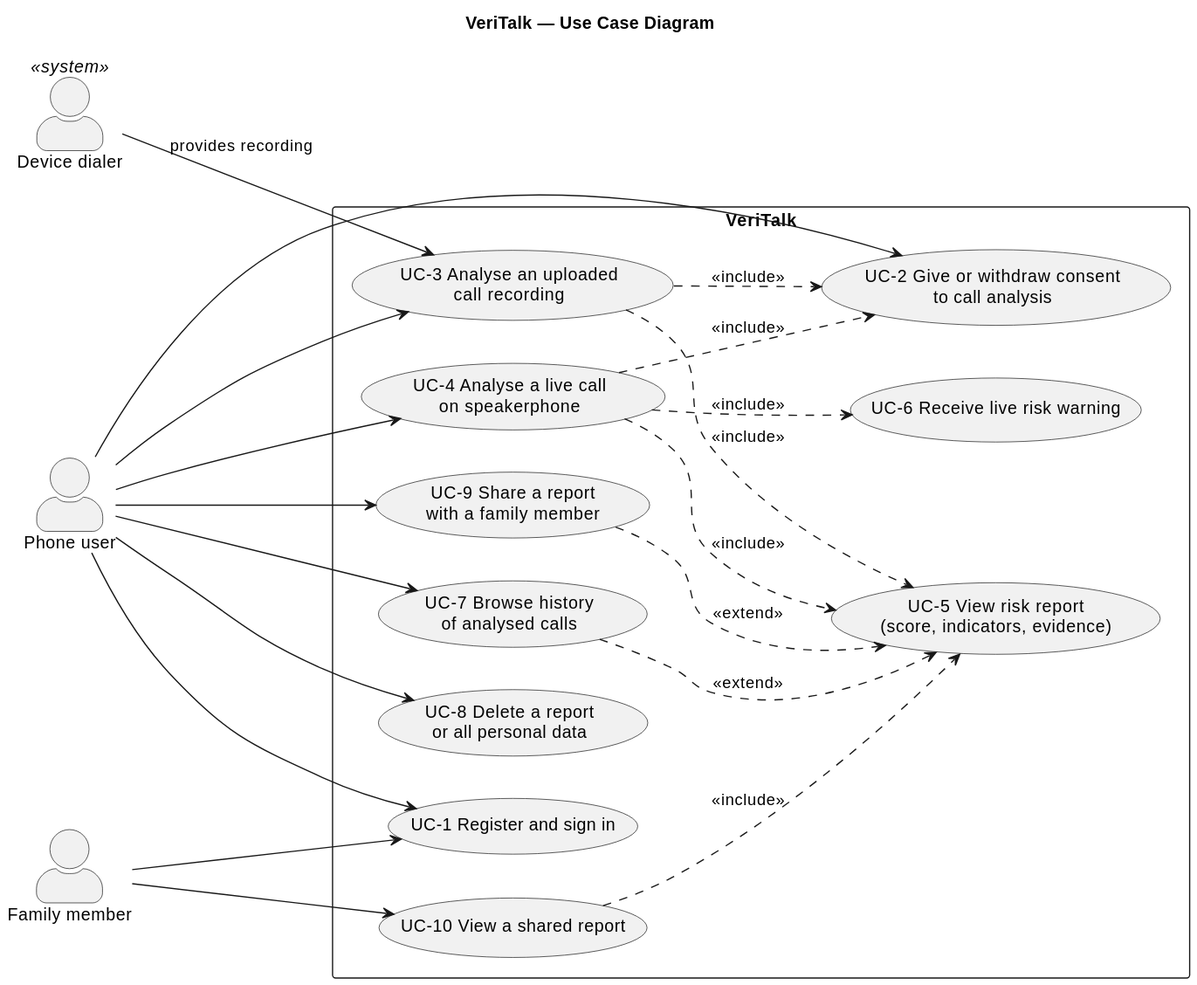
This is diagrams/02-use-case.svg from NikAlexan/veritalk, a PlantUML export, as it was before one commit. Its diagram source:
```plantuml
@startuml
left to right direction
skinparam packageStyle rectangle
skinparam actorStyle awesome

title VeriTalk — Use Case Diagram

actor "Phone user" as User
actor "Family member" as Family
actor "Device dialer" as Dialer <<system>>

rectangle "VeriTalk" {
  usecase "UC-1 Register and sign in" as UC1
  usecase "UC-2 Give or withdraw consent\nto call analysis" as UC2
  usecase "UC-3 Analyse an uploaded\ncall recording" as UC3
  usecase "UC-4 Analyse a live call\non speakerphone" as UC4
  usecase "UC-5 View risk report\n(score, indicators, evidence)" as UC5
  usecase "UC-6 Receive live risk warning" as UC6
  usecase "UC-7 Browse history\nof analysed calls" as UC7
  usecase "UC-8 Delete a report\nor all personal data" as UC8
  usecase "UC-9 Share a report\nwith a family member" as UC9
  usecase "UC-10 View a shared report" as UC10
}

User --> UC1
User --> UC2
User --> UC3
User --> UC4
User --> UC7
User --> UC8
User --> UC9
Dialer --> UC3 : provides recording

UC3 ..> UC2 : <<include>>
UC4 ..> UC2 : <<include>>
UC3 ..> UC5 : <<include>>
UC4 ..> UC6 : <<include>>
UC4 ..> UC5 : <<include>>
UC7 ..> UC5 : <<extend>>
UC9 ..> UC5 : <<extend>>

Family --> UC1
Family --> UC10
UC10 ..> UC5 : <<include>>
@enduml
```
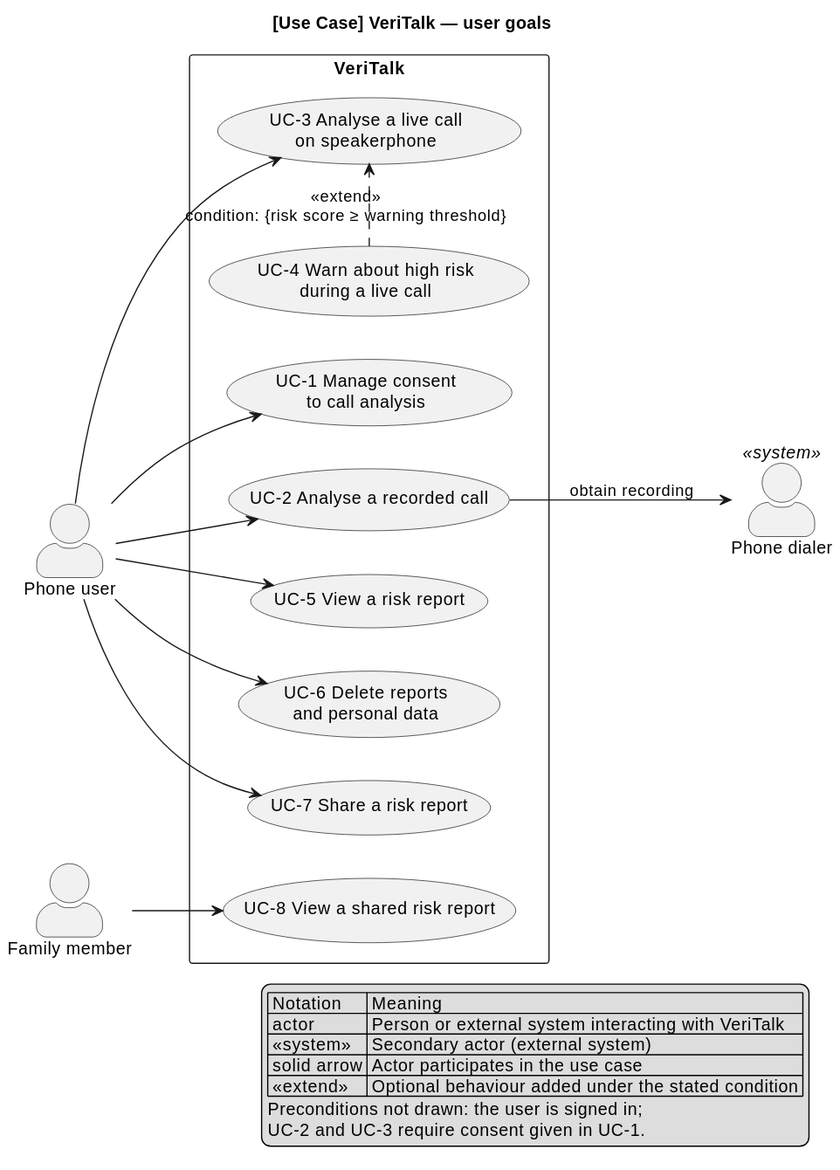
After the commit.

The edit, as a diff of the source:
```diff
@@ -3,43 +3,42 @@
 skinparam packageStyle rectangle
 skinparam actorStyle awesome
 
-title VeriTalk — Use Case Diagram
+title [Use Case] VeriTalk — user goals
 
 actor "Phone user" as User
 actor "Family member" as Family
-actor "Device dialer" as Dialer <<system>>
+actor "Phone dialer" as Dialer <<system>>
 
 rectangle "VeriTalk" {
-  usecase "UC-1 Register and sign in" as UC1
-  usecase "UC-2 Give or withdraw consent\nto call analysis" as UC2
-  usecase "UC-3 Analyse an uploaded\ncall recording" as UC3
-  usecase "UC-4 Analyse a live call\non speakerphone" as UC4
-  usecase "UC-5 View risk report\n(score, indicators, evidence)" as UC5
-  usecase "UC-6 Receive live risk warning" as UC6
-  usecase "UC-7 Browse history\nof analysed calls" as UC7
-  usecase "UC-8 Delete a report\nor all personal data" as UC8
-  usecase "UC-9 Share a report\nwith a family member" as UC9
-  usecase "UC-10 View a shared report" as UC10
+  usecase "UC-1 Manage consent\nto call analysis" as UC1
+  usecase "UC-2 Analyse a recorded call" as UC2
+  usecase "UC-3 Analyse a live call\non speakerphone" as UC3
+  usecase "UC-4 Warn about high risk\nduring a live call" as UC4
+  usecase "UC-5 View a risk report" as UC5
+  usecase "UC-6 Delete reports\nand personal data" as UC6
+  usecase "UC-7 Share a risk report" as UC7
+  usecase "UC-8 View a shared risk report" as UC8
 }
 
 User --> UC1
 User --> UC2
 User --> UC3
-User --> UC4
+User --> UC5
+User --> UC6
 User --> UC7
-User --> UC8
-User --> UC9
-Dialer --> UC3 : provides recording
+Family --> UC8
 
-UC3 ..> UC2 : <<include>>
-UC4 ..> UC2 : <<include>>
-UC3 ..> UC5 : <<include>>
-UC4 ..> UC6 : <<include>>
-UC4 ..> UC5 : <<include>>
-UC7 ..> UC5 : <<extend>>
-UC9 ..> UC5 : <<extend>>
+UC2 --> Dialer : obtain recording
 
-Family --> UC1
-Family --> UC10
-UC10 ..> UC5 : <<include>>
+UC4 .> UC3 : <<extend>>\ncondition: {risk score ≥ warning threshold}
+
+legend right
+  | Notation | Meaning |
+  | actor | Person or external system interacting with VeriTalk |
+  | <<system>> | Secondary actor (external system) |
+  | solid arrow | Actor participates in the use case |
+  | <<extend>> | Optional behaviour added under the stated condition |
+  Preconditions not drawn: the user is signed in;
+  UC-2 and UC-3 require consent given in UC-1.
+endlegend
 @enduml
```
